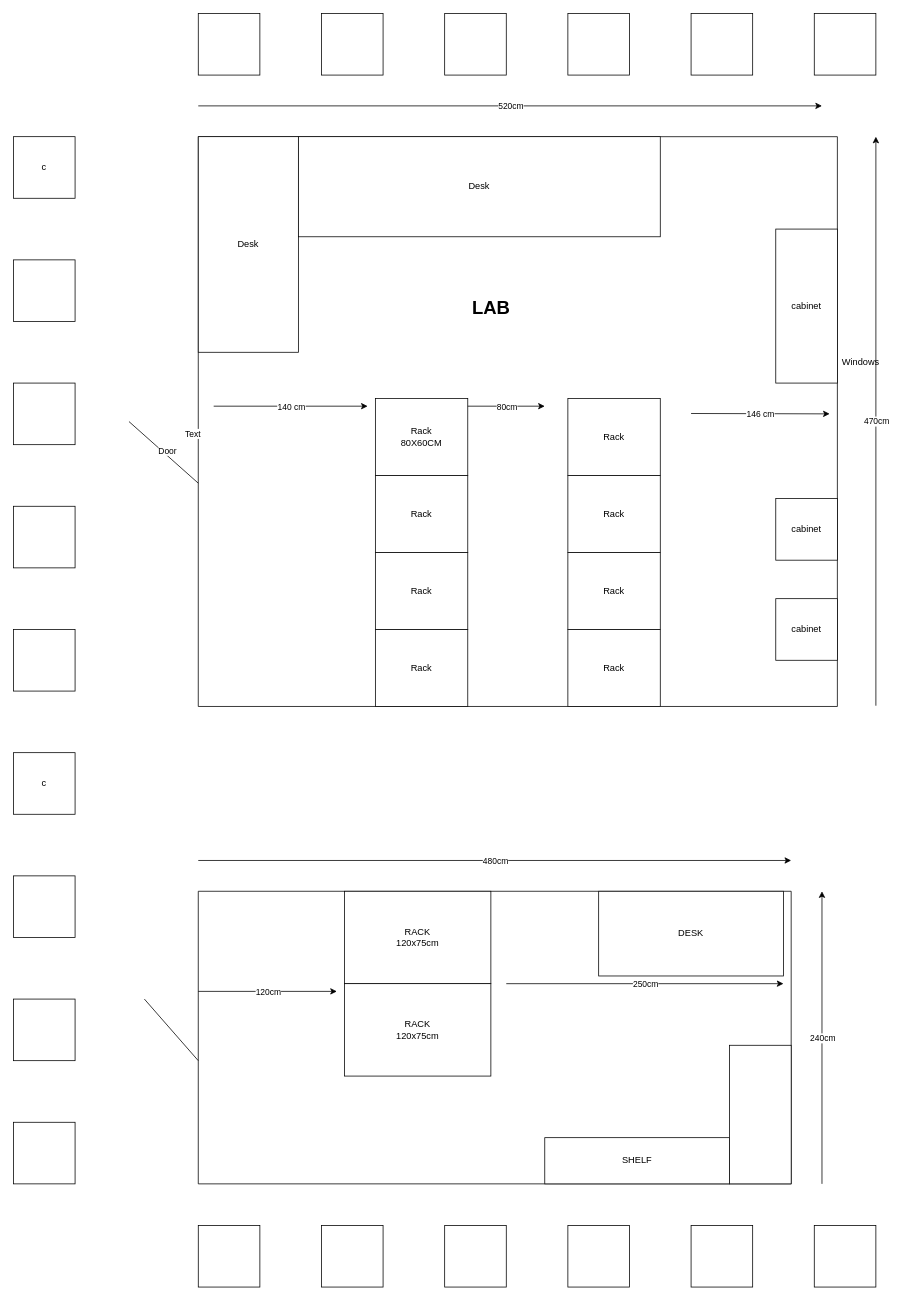
Before: LAB&COMS.drawio in josky65/helloworld_johan, a draw.io diagram. Source tidied: cells renumbered, new cells numbered last; positions are measured from the earlier drawing's top-left corner, leaving out a move shared by most shapes. Both pictures are drawn from the tidied source at 77%, with x=0, y=0 at pixel (13, 13).
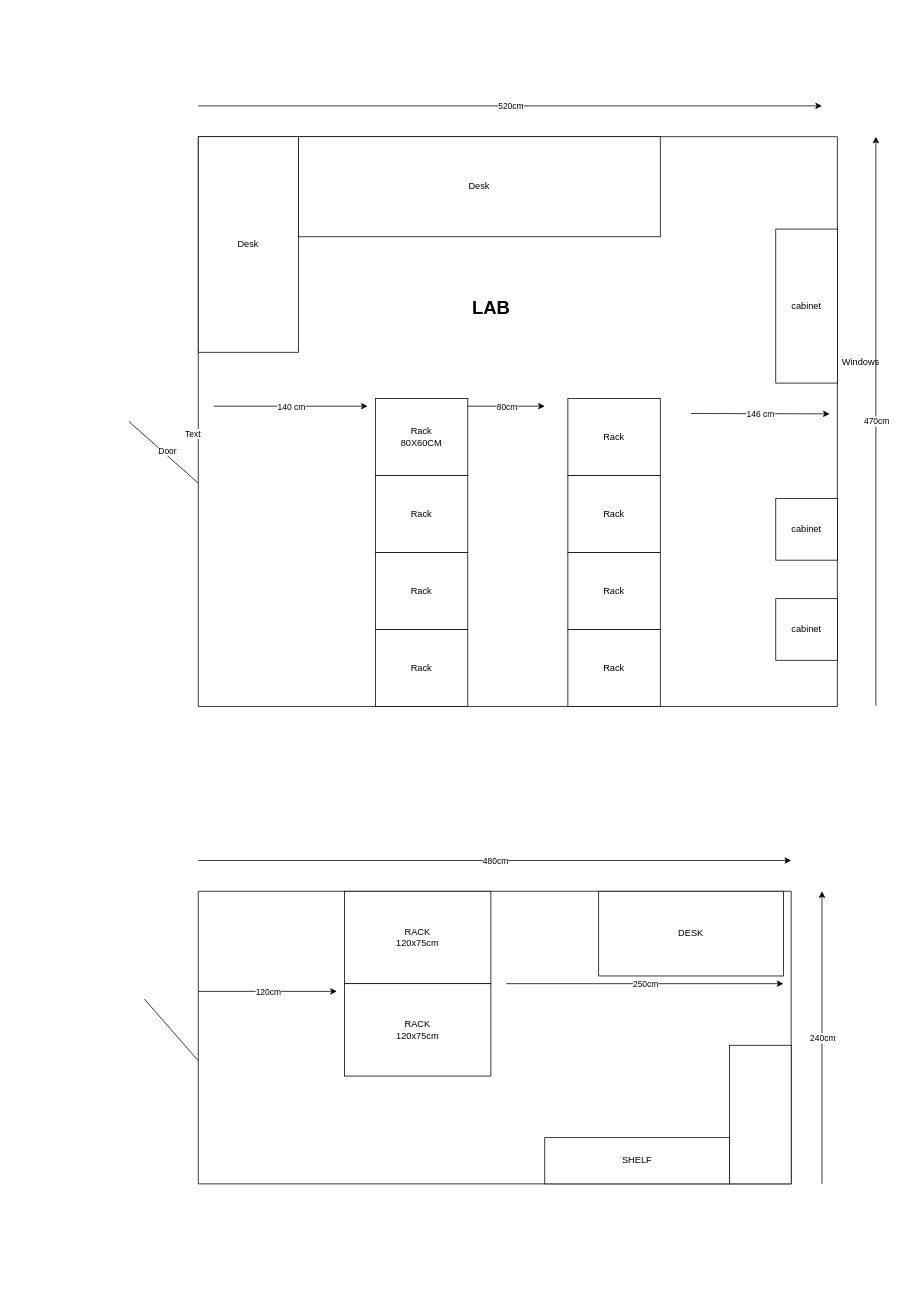
The same diagram, later.

What changed in the source:
```diff
@@
-    <mxCell id="9" value="c" style="whiteSpace=wrap;html=1;" parent="1" vertex="1">
-      <mxGeometry y="160" width="80" height="80" as="geometry" />
-    </mxCell>
-    <mxCell id="10" style="whiteSpace=wrap;html=1;" parent="1" vertex="1">
-      <mxGeometry y="320" width="80" height="80" as="geometry" />
-    </mxCell>
-    <mxCell id="11" style="whiteSpace=wrap;html=1;" parent="1" vertex="1">
-      <mxGeometry x="240" width="80" height="80" as="geometry" />
-    </mxCell>
-    <mxCell id="12" style="whiteSpace=wrap;html=1;" parent="1" vertex="1">
-      <mxGeometry x="400" width="80" height="80" as="geometry" />
-    </mxCell>
-    <mxCell id="13" style="whiteSpace=wrap;html=1;" parent="1" vertex="1">
-      <mxGeometry x="560" width="80" height="80" as="geometry" />
-    </mxCell>
-    <mxCell id="14" style="whiteSpace=wrap;html=1;" parent="1" vertex="1">
-      <mxGeometry x="720" width="80" height="80" as="geometry" />
-    </mxCell>
-    <mxCell id="15" style="whiteSpace=wrap;html=1;" parent="1" vertex="1">
-      <mxGeometry x="880" width="80" height="80" as="geometry" />
-    </mxCell>
-    <mxCell id="16" style="whiteSpace=wrap;html=1;" parent="1" vertex="1">
-      <mxGeometry x="1040" width="80" height="80" as="geometry" />
-    </mxCell>
-    <mxCell id="17" style="whiteSpace=wrap;html=1;" parent="1" vertex="1">
-      <mxGeometry y="480" width="80" height="80" as="geometry" />
-    </mxCell>
-    <mxCell id="18" style="whiteSpace=wrap;html=1;" parent="1" vertex="1">
-      <mxGeometry y="640" width="80" height="80" as="geometry" />
-    </mxCell>
-    <mxCell id="19" style="whiteSpace=wrap;html=1;" parent="1" vertex="1">
-      <mxGeometry y="800" width="80" height="80" as="geometry" />
-    </mxCell>
@@
-    <mxCell id="39" value="c" style="whiteSpace=wrap;html=1;" parent="1" vertex="1">
-      <mxGeometry y="960" width="80" height="80" as="geometry" />
-    </mxCell>
-    <mxCell id="40" style="whiteSpace=wrap;html=1;" parent="1" vertex="1">
-      <mxGeometry y="1120" width="80" height="80" as="geometry" />
-    </mxCell>
-    <mxCell id="41" style="whiteSpace=wrap;html=1;" parent="1" vertex="1">
-      <mxGeometry y="1280" width="80" height="80" as="geometry" />
-    </mxCell>
-    <mxCell id="42" style="whiteSpace=wrap;html=1;" parent="1" vertex="1">
-      <mxGeometry y="1440" width="80" height="80" as="geometry" />
-    </mxCell>
@@
-    <mxCell id="44" style="whiteSpace=wrap;html=1;" parent="1" vertex="1">
-      <mxGeometry x="240" y="1574" width="80" height="80" as="geometry" />
-    </mxCell>
-    <mxCell id="45" style="whiteSpace=wrap;html=1;" parent="1" vertex="1">
-      <mxGeometry x="400" y="1574" width="80" height="80" as="geometry" />
-    </mxCell>
-    <mxCell id="46" style="whiteSpace=wrap;html=1;" parent="1" vertex="1">
-      <mxGeometry x="560" y="1574" width="80" height="80" as="geometry" />
-    </mxCell>
-    <mxCell id="47" style="whiteSpace=wrap;html=1;" parent="1" vertex="1">
-      <mxGeometry x="720" y="1574" width="80" height="80" as="geometry" />
-    </mxCell>
-    <mxCell id="48" style="whiteSpace=wrap;html=1;" parent="1" vertex="1">
-      <mxGeometry x="880" y="1574" width="80" height="80" as="geometry" />
-    </mxCell>
-    <mxCell id="49" style="whiteSpace=wrap;html=1;" parent="1" vertex="1">
-      <mxGeometry x="1040" y="1574" width="80" height="80" as="geometry" />
-    </mxCell>
```
